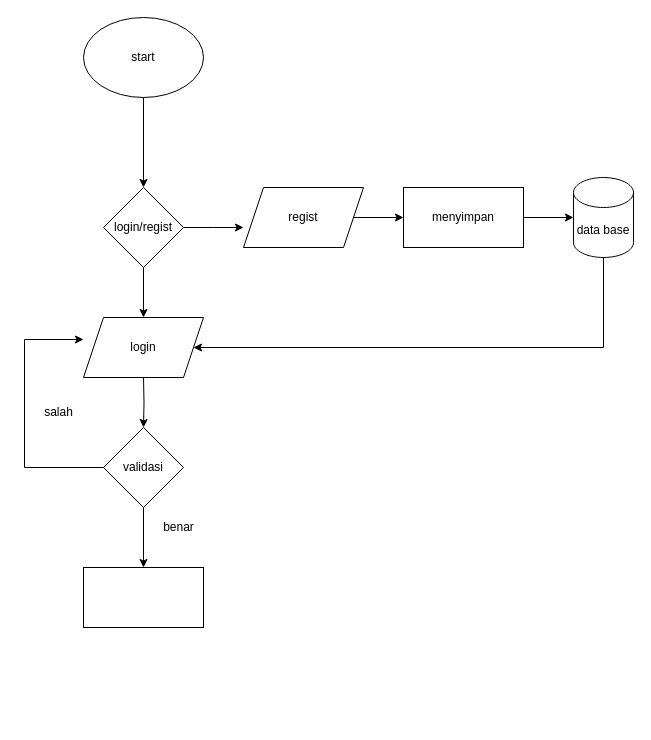
Earlier version of the draw.io diagram komunitasperpus.drawio (Dekte/storage). Source tidied: cells renumbered, new cells numbered last; positions are measured from the earlier drawing's top-left corner, leaving out a move shared by most shapes. Both pictures are drawn from the tidied source at 100%, with x=0, y=0 at pixel (24, 17).
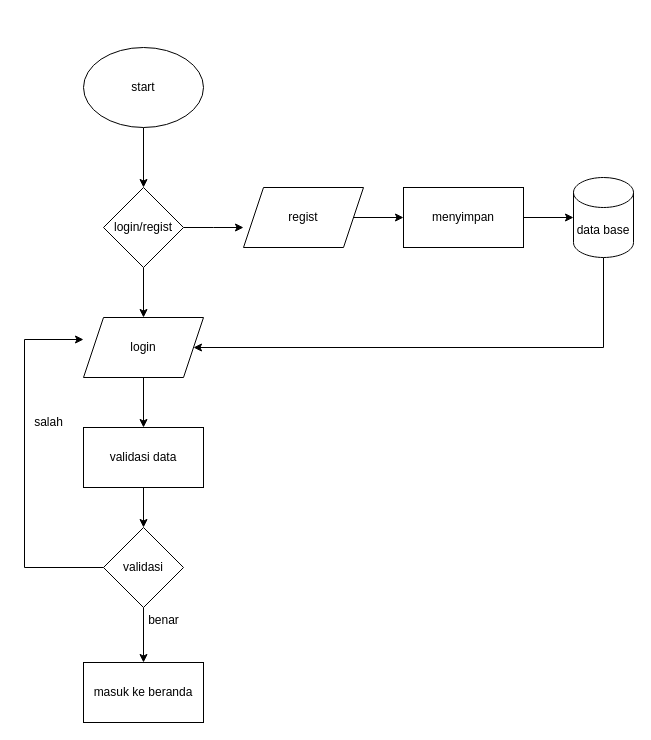
After the change.

The change refers to these unchanged cells:
```xml
<mxCell id="14" value="login" style="shape=parallelogram;perimeter=parallelogramPerimeter;whiteSpace=wrap;html=1;fixedSize=1;" parent="1" vertex="1">
  <mxGeometry x="59" y="300" width="120" height="60" as="geometry" />
</mxCell>
```

The edit, as a diff of the source:
```diff
@@
     <mxCell id="3" value="start" style="ellipse;whiteSpace=wrap;html=1;" parent="1" vertex="1">
-      <mxGeometry x="59" width="120" height="80" as="geometry" />
+      <mxGeometry x="59" y="30" width="120" height="80" as="geometry" />
     </mxCell>
@@
-    <mxCell id="7" style="edgeStyle=orthogonalEdgeStyle;rounded=0;jettySize=auto;html=1;" parent="1" edge="1" target="10">
-      <mxGeometry relative="1" as="geometry">
-        <mxPoint x="119" y="360" as="sourcePoint" />
-      </mxGeometry>
-    </mxCell>
     <mxCell id="8" style="edgeStyle=orthogonalEdgeStyle;rounded=0;jettySize=auto;html=1;entryX=0;entryY=0.367;entryDx=0;entryDy=0;entryPerimeter=0;" parent="1" edge="1" source="10">
       <mxGeometry relative="1" as="geometry">
         <mxPoint x="59" y="322" as="targetPoint" />
         <Array as="points">
-          <mxPoint y="450" />
+          <mxPoint y="550" />
           <mxPoint y="322" />
         </Array>
       </mxGeometry>
     </mxCell>
@@
     <mxCell id="10" value="validasi" style="rhombus;whiteSpace=wrap;html=1;" parent="1" vertex="1">
-      <mxGeometry x="79" y="410" width="80" height="80" as="geometry" />
+      <mxGeometry x="79" y="510" width="80" height="80" as="geometry" />
     </mxCell>
-    <mxCell id="11" style="rounded=0;whiteSpace=wrap;html=1;" parent="1" vertex="1">
-      <mxGeometry x="59" y="550" width="120" height="60" as="geometry" />
+    <mxCell id="11" value="masuk ke beranda" style="rounded=0;whiteSpace=wrap;html=1;" parent="1" vertex="1">
+      <mxGeometry x="59" y="645" width="120" height="60" as="geometry" />
     </mxCell>
     <mxCell id="12" value="salah" style="text;html=1;align=center;verticalAlign=middle;strokeColor=none;fillColor=none;" parent="1" vertex="1">
-      <mxGeometry x="9" y="380" width="50" height="30" as="geometry" />
+      <mxGeometry x="-1" y="390" width="50" height="30" as="geometry" />
     </mxCell>
-    <mxCell id="13" value="benar" style="text;html=1;align=center;verticalAlign=middle;strokeColor=none;fillColor=none;" parent="1" vertex="1">
-      <mxGeometry x="129" y="495" width="50" height="30" as="geometry" />
-    </mxCell>
+    <mxCell id="21" style="edgeStyle=orthogonalEdgeStyle;rounded=0;jettySize=auto;html=1;" parent="1" edge="1" source="14" target="23">
+      <mxGeometry relative="1" as="geometry" />
+    </mxCell>
@@
+    <mxCell id="22" style="edgeStyle=orthogonalEdgeStyle;rounded=0;jettySize=auto;html=1;" parent="1" edge="1" source="23" target="10">
+      <mxGeometry relative="1" as="geometry" />
+    </mxCell>
+    <mxCell id="23" value="validasi data" style="rounded=0;whiteSpace=wrap;html=1;" parent="1" vertex="1">
+      <mxGeometry x="59" y="410" width="120" height="60" as="geometry" />
+    </mxCell>
+    <mxCell id="13" value="benar" style="text;html=1;align=center;verticalAlign=middle;strokeColor=none;fillColor=none;" parent="1" vertex="1">
+      <mxGeometry x="114" y="588" width="50" height="30" as="geometry" />
+    </mxCell>
```
